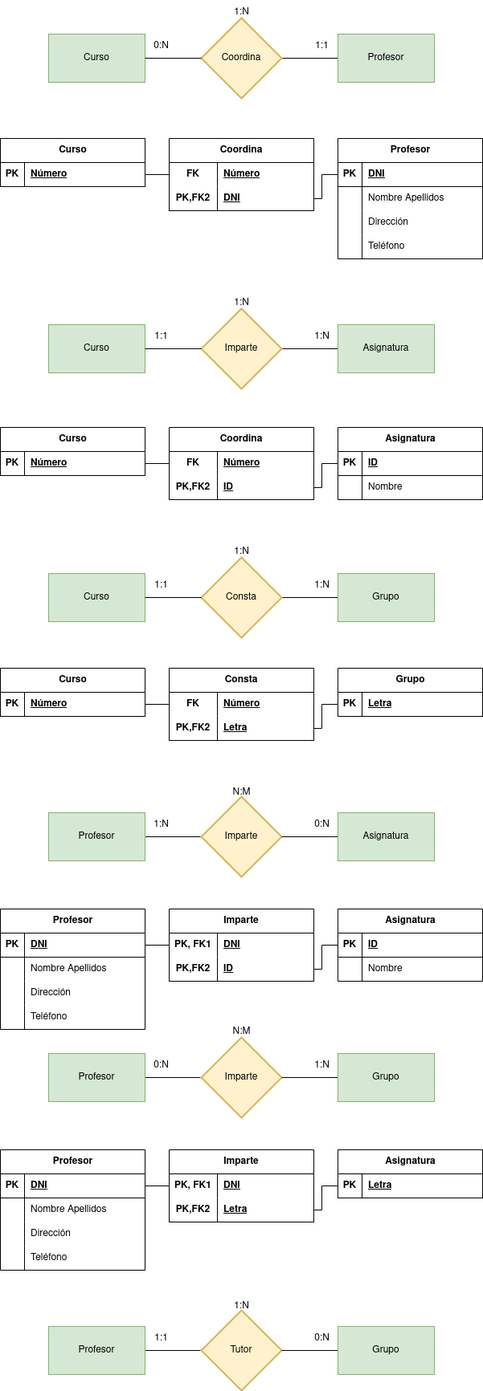
The draw.io diagram tareas 1/Ejercicio calificable docente (MR-2).drawio.png in GermanOjeda/base-datos, before a commit. Source tidied: cells renumbered, new cells last; positions are measured from the earlier drawing's top-left corner, leaving out a move shared by most shapes.
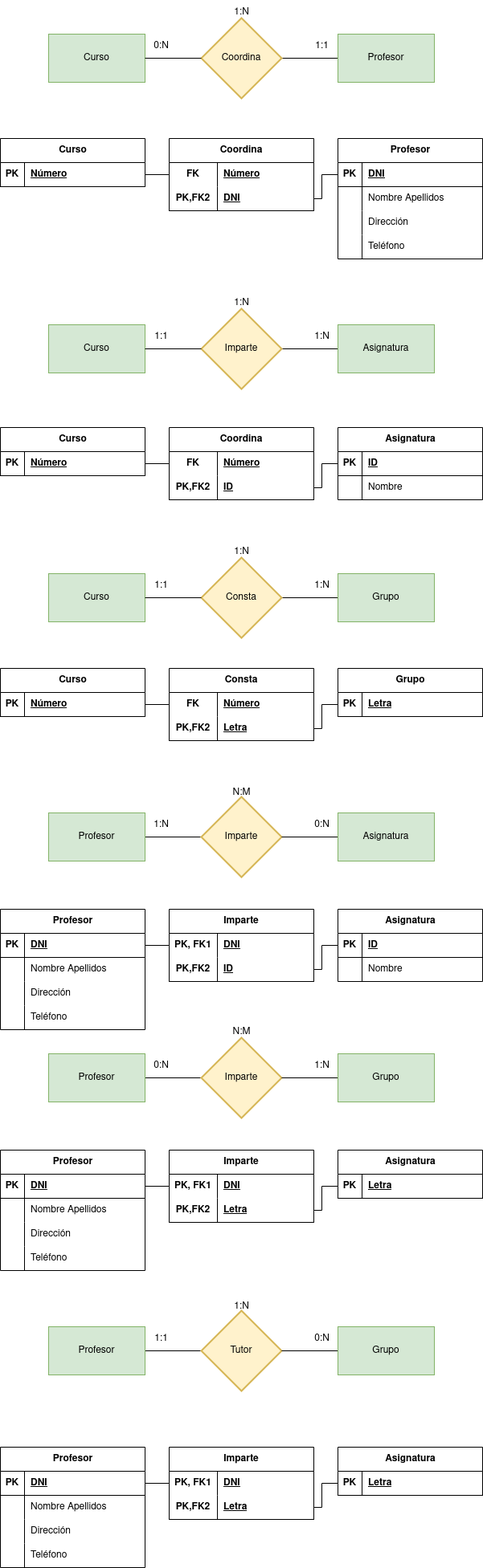
Later version of the same file.

Diff of the diagram source:
```diff
@@ -514,5 +514,83 @@
     <mxCell id="170" value="1:N" style="text;html=1;align=center;verticalAlign=middle;strokeColor=none;fillColor=none;" parent="1" vertex="1">
       <mxGeometry x="280" y="1612" width="40" height="30" as="geometry" />
     </mxCell>
+    <mxCell id="171" value="Profesor" style="shape=table;startSize=30;rowLines=0;fontStyle=1;align=center;html=1;" parent="1" vertex="1">
+      <mxGeometry y="1802" width="180" height="150" as="geometry" />
+    </mxCell>
+    <mxCell id="172" style="shape=tableRow;horizontal=0;startSize=0;swimlaneHead=0;swimlaneBody=0;fillColor=none;points=[[0,0.5],[1,0.5]];portConstraint=eastwest;top=0;left=0;right=0;bottom=1;" parent="171" vertex="1">
+      <mxGeometry y="30" width="180" height="30" as="geometry" />
+    </mxCell>
+    <mxCell id="173" value="PK" style="shape=partialRectangle;fillColor=none;top=0;left=0;bottom=0;right=0;fontStyle=1;overflow=hidden;whiteSpace=wrap;html=1;" parent="172" vertex="1">
+      <mxGeometry width="30" height="30" as="geometry" />
+    </mxCell>
+    <mxCell id="174" value="DNI" style="shape=partialRectangle;fillColor=none;top=0;left=0;bottom=0;right=0;align=left;spacingLeft=6;fontStyle=5;overflow=hidden;whiteSpace=wrap;html=1;" parent="172" vertex="1">
+      <mxGeometry x="30" width="150" height="30" as="geometry" />
+    </mxCell>
+    <mxCell id="175" style="shape=tableRow;horizontal=0;startSize=0;swimlaneHead=0;swimlaneBody=0;fillColor=none;top=0;left=0;right=0;bottom=0;" parent="171" vertex="1">
+      <mxGeometry y="60" width="180" height="30" as="geometry" />
+    </mxCell>
+    <mxCell id="176" style="shape=partialRectangle;fillColor=none;top=0;left=0;bottom=0;right=0;overflow=hidden;whiteSpace=wrap;html=1;" parent="175" vertex="1">
+      <mxGeometry width="30" height="30" as="geometry" />
+    </mxCell>
+    <mxCell id="177" value="Nombre Apellidos" style="shape=partialRectangle;fillColor=none;top=0;left=0;bottom=0;right=0;align=left;spacingLeft=6;overflow=hidden;whiteSpace=wrap;html=1;" parent="175" vertex="1">
+      <mxGeometry x="30" width="150" height="30" as="geometry" />
+    </mxCell>
+    <mxCell id="178" style="shape=tableRow;horizontal=0;startSize=0;swimlaneHead=0;swimlaneBody=0;fillColor=none;top=0;left=0;right=0;bottom=0;" parent="171" vertex="1">
+      <mxGeometry y="90" width="180" height="30" as="geometry" />
+    </mxCell>
+    <mxCell id="179" style="shape=partialRectangle;fillColor=none;top=0;left=0;bottom=0;right=0;overflow=hidden;whiteSpace=wrap;html=1;" parent="178" vertex="1">
+      <mxGeometry width="30" height="30" as="geometry" />
+    </mxCell>
+    <mxCell id="180" value="Dirección" style="shape=partialRectangle;fillColor=none;top=0;left=0;bottom=0;right=0;align=left;spacingLeft=6;overflow=hidden;whiteSpace=wrap;html=1;" parent="178" vertex="1">
+      <mxGeometry x="30" width="150" height="30" as="geometry" />
+    </mxCell>
+    <mxCell id="181" style="shape=tableRow;horizontal=0;startSize=0;swimlaneHead=0;swimlaneBody=0;fillColor=none;top=0;left=0;right=0;bottom=0;" parent="171" vertex="1">
+      <mxGeometry y="120" width="180" height="30" as="geometry" />
+    </mxCell>
+    <mxCell id="182" style="shape=partialRectangle;fillColor=none;top=0;left=0;bottom=0;right=0;overflow=hidden;whiteSpace=wrap;html=1;" parent="181" vertex="1">
+      <mxGeometry width="30" height="30" as="geometry" />
+    </mxCell>
+    <mxCell id="183" value="Teléfono" style="shape=partialRectangle;fillColor=none;top=0;left=0;bottom=0;right=0;align=left;spacingLeft=6;overflow=hidden;whiteSpace=wrap;html=1;" parent="181" vertex="1">
+      <mxGeometry x="30" width="150" height="30" as="geometry" />
+    </mxCell>
+    <mxCell id="184" value="Asignatura" style="shape=table;startSize=30;rowLines=0;fontStyle=1;align=center;html=1;" parent="1" vertex="1">
+      <mxGeometry x="420" y="1802" width="180" height="60" as="geometry" />
+    </mxCell>
+    <mxCell id="185" style="shape=tableRow;horizontal=0;startSize=0;swimlaneHead=0;swimlaneBody=0;fillColor=none;points=[[0,0.5],[1,0.5]];portConstraint=eastwest;top=0;left=0;right=0;bottom=1;" parent="184" vertex="1">
+      <mxGeometry y="30" width="180" height="30" as="geometry" />
+    </mxCell>
+    <mxCell id="186" value="PK" style="shape=partialRectangle;fillColor=none;top=0;left=0;bottom=0;right=0;fontStyle=1;overflow=hidden;whiteSpace=wrap;html=1;" parent="185" vertex="1">
+      <mxGeometry width="30" height="30" as="geometry" />
+    </mxCell>
+    <mxCell id="187" value="Letra" style="shape=partialRectangle;fillColor=none;top=0;left=0;bottom=0;right=0;align=left;spacingLeft=6;fontStyle=5;overflow=hidden;whiteSpace=wrap;html=1;" parent="185" vertex="1">
+      <mxGeometry x="30" width="150" height="30" as="geometry" />
+    </mxCell>
+    <mxCell id="188" value="Imparte" style="shape=table;startSize=30;rowLines=0;fontStyle=1;align=center;html=1;whiteSpace=wrap;" parent="1" vertex="1">
+      <mxGeometry x="210" y="1802" width="180" height="90" as="geometry" />
+    </mxCell>
+    <mxCell id="189" style="shape=tableRow;horizontal=0;startSize=0;swimlaneHead=0;swimlaneBody=0;fillColor=none;points=[[0,0.5],[1,0.5]];portConstraint=eastwest;top=0;left=0;right=0;bottom=0;html=1;" parent="188" vertex="1">
+      <mxGeometry y="30" width="180" height="30" as="geometry" />
+    </mxCell>
+    <mxCell id="190" value="PK, FK1" style="shape=partialRectangle;fillColor=none;top=0;left=0;bottom=0;right=0;fontStyle=1;overflow=hidden;html=1;whiteSpace=wrap;" parent="189" vertex="1">
+      <mxGeometry width="60" height="30" as="geometry" />
+    </mxCell>
+    <mxCell id="191" value="DNI" style="shape=partialRectangle;fillColor=none;top=0;left=0;bottom=0;right=0;align=left;spacingLeft=6;fontStyle=5;overflow=hidden;html=1;whiteSpace=wrap;" parent="189" vertex="1">
+      <mxGeometry x="60" width="120" height="30" as="geometry" />
+    </mxCell>
+    <mxCell id="192" style="shape=tableRow;horizontal=0;startSize=0;swimlaneHead=0;swimlaneBody=0;fillColor=none;points=[[0,0.5],[1,0.5]];portConstraint=eastwest;top=0;left=0;right=0;bottom=1;html=1;" parent="188" vertex="1">
+      <mxGeometry y="60" width="180" height="30" as="geometry" />
+    </mxCell>
+    <mxCell id="193" value="PK,FK2" style="shape=partialRectangle;fillColor=none;top=0;left=0;bottom=0;right=0;fontStyle=1;overflow=hidden;html=1;whiteSpace=wrap;" parent="192" vertex="1">
+      <mxGeometry width="60" height="30" as="geometry" />
+    </mxCell>
+    <mxCell id="194" value="Letra" style="shape=partialRectangle;fillColor=none;top=0;left=0;bottom=0;right=0;align=left;spacingLeft=6;fontStyle=5;overflow=hidden;html=1;whiteSpace=wrap;" parent="192" vertex="1">
+      <mxGeometry x="60" width="120" height="30" as="geometry" />
+    </mxCell>
+    <mxCell id="195" style="edgeStyle=orthogonalEdgeStyle;rounded=0;jettySize=auto;html=1;exitX=1;exitY=0.5;exitDx=0;exitDy=0;entryX=0;entryY=0.5;entryDx=0;entryDy=0;endArrow=none;endFill=0;" parent="1" edge="1" source="172" target="189">
+      <mxGeometry relative="1" as="geometry" />
+    </mxCell>
+    <mxCell id="196" style="edgeStyle=orthogonalEdgeStyle;rounded=0;jettySize=auto;html=1;exitX=0;exitY=0.5;exitDx=0;exitDy=0;entryX=1;entryY=0.5;entryDx=0;entryDy=0;endArrow=none;endFill=0;" parent="1" edge="1" source="185" target="192">
+      <mxGeometry relative="1" as="geometry" />
+    </mxCell>
   </root>
 </mxGraphModel>
```
